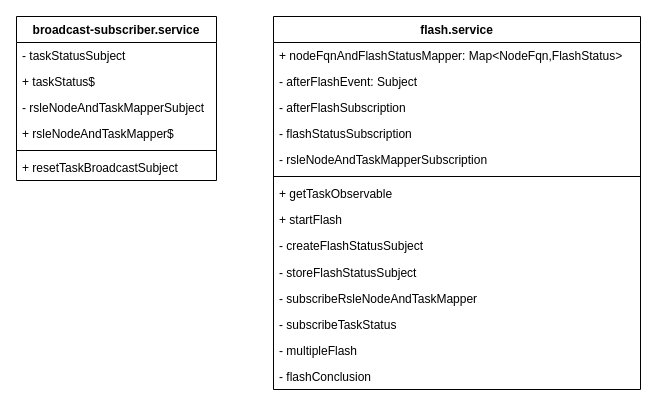
Earlier version of the draw.io diagram flash flow.drawio (ten-ltw/diagrams). Source tidied: cells renumbered, new cells numbered last; positions are measured from the earlier drawing's top-left corner, leaving out a move shared by most shapes. Both pictures are drawn from the tidied source at 100%, with x=0, y=0 at pixel (16, 16).
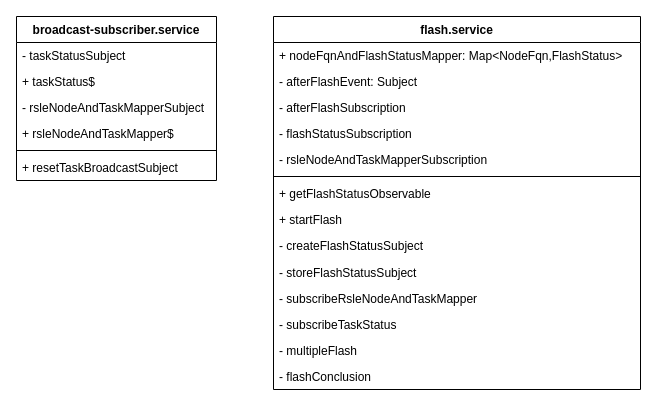
After the change.

Unchanged cells that the change refers to:
```xml
<mxCell id="9" value="flash.service" style="swimlane;fontStyle=1;align=center;verticalAlign=top;horizontal=1;startSize=26;" parent="1" vertex="1">
  <mxGeometry x="257" width="367" height="373" as="geometry" />
</mxCell>
```

Diff of the diagram source:
```diff
@@
-    <mxCell id="16" value="+ getTaskObservable" style="text;strokeColor=none;fillColor=none;align=left;verticalAlign=top;spacingLeft=4;spacingRight=4;overflow=hidden;" parent="9" vertex="1">
+    <mxCell id="16" value="+ getFlashStatusObservable" style="text;strokeColor=none;fillColor=none;align=left;verticalAlign=top;spacingLeft=4;spacingRight=4;overflow=hidden;" parent="9" vertex="1">
       <mxGeometry y="164" width="367" height="26" as="geometry" />
     </mxCell>
```
